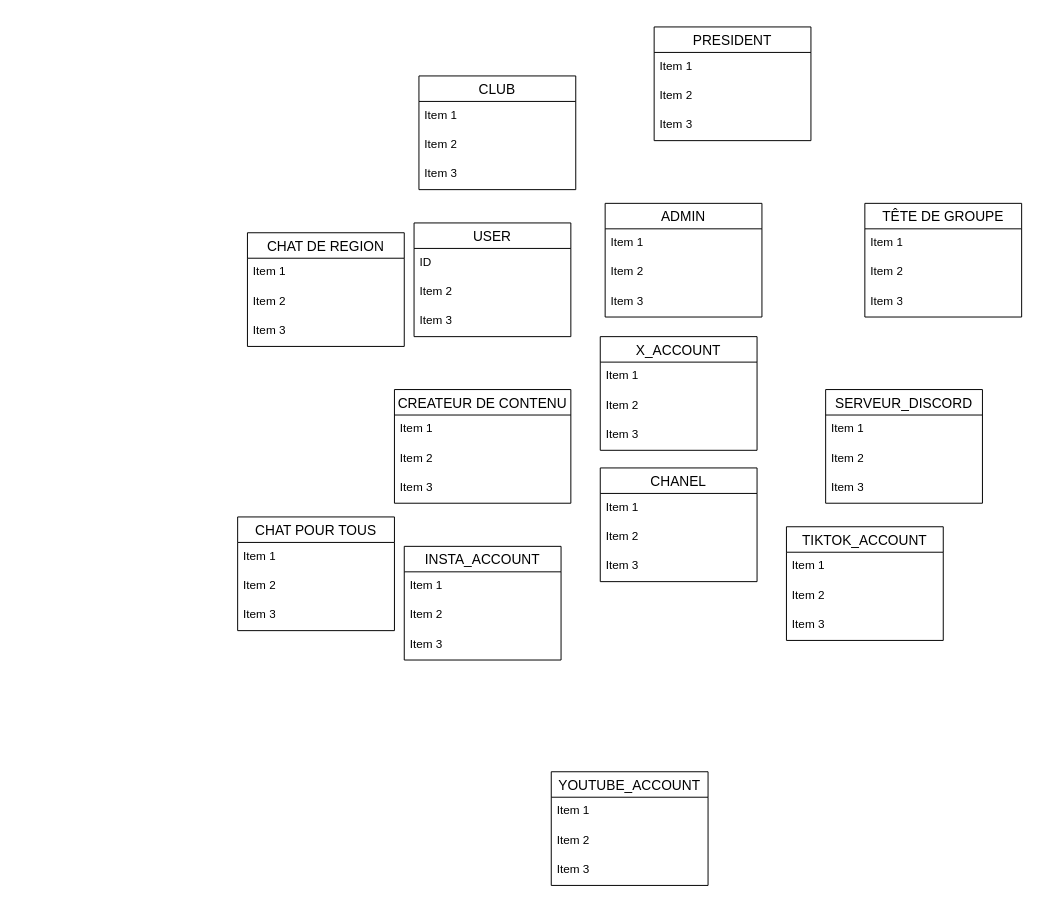
The draw.io diagram Mitsu_projet.drawio in vsilvanska/examen-info-2023, before the edit. Source tidied: cells renumbered, new cells numbered last; positions are measured from the earlier drawing's top-left corner, leaving out a move shared by most shapes. Both pictures are drawn from the tidied source at 98%, with x=0, y=0 at pixel (237, 26).
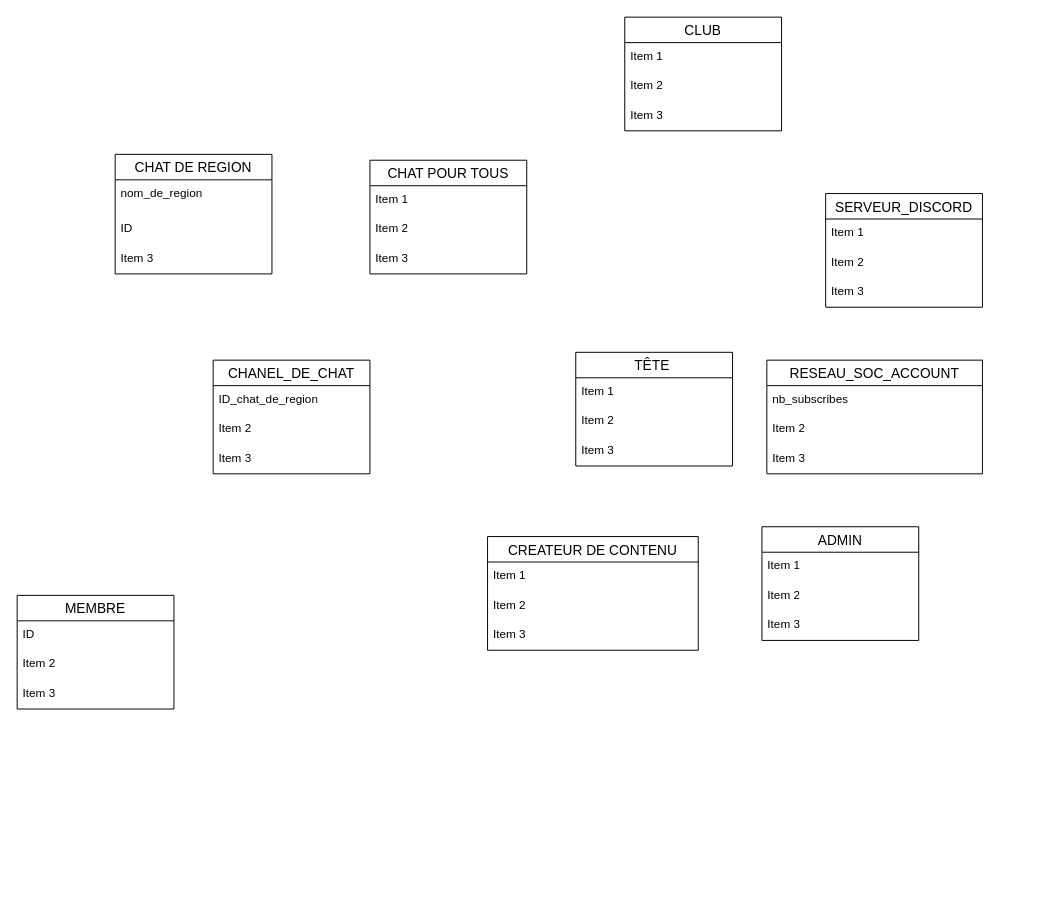
Above is the later version.

Commit message (it also covers changes not shown here):
Mettre à jour Mitsu_projet.drawio

The edit, as a diff of the source:
```diff
@@
-    <mxCell id="2" value="INSTA_ACCOUNT" style="swimlane;fontStyle=0;horizontal=1;startSize=26;align=center;fontSize=14;" parent="1" vertex="1">
-      <mxGeometry x="170" y="530" width="160" height="116" as="geometry" />
-    </mxCell>
-    <mxCell id="3" value="Item 1" style="text;strokeColor=none;fillColor=none;spacingLeft=4;spacingRight=4;overflow=hidden;fontSize=12;whiteSpace=wrap;html=1;" parent="2" vertex="1">
-      <mxGeometry y="26" width="160" height="30" as="geometry" />
-    </mxCell>
-    <mxCell id="4" value="Item 2" style="text;strokeColor=none;fillColor=none;spacingLeft=4;spacingRight=4;overflow=hidden;fontSize=12;whiteSpace=wrap;html=1;" parent="2" vertex="1">
-      <mxGeometry y="56" width="160" height="30" as="geometry" />
-    </mxCell>
-    <mxCell id="5" value="Item 3" style="text;strokeColor=none;fillColor=none;spacingLeft=4;spacingRight=4;overflow=hidden;fontSize=12;whiteSpace=wrap;html=1;" parent="2" vertex="1">
-      <mxGeometry y="86" width="160" height="30" as="geometry" />
-    </mxCell>
-    <mxCell id="6" value="TIKTOK_ACCOUNT" style="swimlane;fontStyle=0;horizontal=1;startSize=26;align=center;fontSize=14;" parent="1" vertex="1">
-      <mxGeometry x="560" y="510" width="160" height="116" as="geometry" />
-    </mxCell>
-    <mxCell id="7" value="Item 1" style="text;strokeColor=none;fillColor=none;spacingLeft=4;spacingRight=4;overflow=hidden;fontSize=12;whiteSpace=wrap;html=1;" parent="6" vertex="1">
-      <mxGeometry y="26" width="160" height="30" as="geometry" />
-    </mxCell>
-    <mxCell id="8" value="Item 2" style="text;strokeColor=none;fillColor=none;spacingLeft=4;spacingRight=4;overflow=hidden;fontSize=12;whiteSpace=wrap;html=1;" parent="6" vertex="1">
-      <mxGeometry y="56" width="160" height="30" as="geometry" />
-    </mxCell>
-    <mxCell id="9" value="Item 3" style="text;strokeColor=none;fillColor=none;spacingLeft=4;spacingRight=4;overflow=hidden;fontSize=12;whiteSpace=wrap;html=1;" parent="6" vertex="1">
-      <mxGeometry y="86" width="160" height="30" as="geometry" />
-    </mxCell>
     <mxCell id="10" value="CHAT POUR TOUS" style="swimlane;fontStyle=0;horizontal=1;startSize=26;align=center;fontSize=14;" parent="1" vertex="1">
-      <mxGeometry y="500" width="160" height="116" as="geometry" />
+      <mxGeometry x="135" y="136" width="160" height="116" as="geometry" />
     </mxCell>
@@
     <mxCell id="14" value="CHAT DE REGION" style="swimlane;fontStyle=0;horizontal=1;startSize=26;align=center;fontSize=14;" parent="1" vertex="1">
-      <mxGeometry x="10" y="210" width="160" height="116" as="geometry" />
+      <mxGeometry x="-125" y="130" width="160" height="122" as="geometry" />
     </mxCell>
-    <mxCell id="15" value="Item 1" style="text;strokeColor=none;fillColor=none;spacingLeft=4;spacingRight=4;overflow=hidden;fontSize=12;whiteSpace=wrap;html=1;" parent="14" vertex="1">
-      <mxGeometry y="26" width="160" height="30" as="geometry" />
+    <mxCell id="15" value="nom_de_region" style="text;strokeColor=none;fillColor=none;spacingLeft=4;spacingRight=4;overflow=hidden;fontSize=12;whiteSpace=wrap;html=1;" parent="14" vertex="1">
+      <mxGeometry y="26" width="160" height="36" as="geometry" />
     </mxCell>
-    <mxCell id="16" value="Item 2" style="text;strokeColor=none;fillColor=none;spacingLeft=4;spacingRight=4;overflow=hidden;fontSize=12;whiteSpace=wrap;html=1;" parent="14" vertex="1">
-      <mxGeometry y="56" width="160" height="30" as="geometry" />
+    <mxCell id="16" value="ID" style="text;strokeColor=none;fillColor=none;spacingLeft=4;spacingRight=4;overflow=hidden;fontSize=12;whiteSpace=wrap;html=1;" parent="14" vertex="1">
+      <mxGeometry y="62" width="160" height="30" as="geometry" />
     </mxCell>
     <mxCell id="17" value="Item 3" style="text;strokeColor=none;fillColor=none;spacingLeft=4;spacingRight=4;overflow=hidden;fontSize=12;whiteSpace=wrap;html=1;" parent="14" vertex="1">
-      <mxGeometry y="86" width="160" height="30" as="geometry" />
+      <mxGeometry y="92" width="160" height="30" as="geometry" />
     </mxCell>
-    <mxCell id="18" value="CHANEL" style="swimlane;fontStyle=0;horizontal=1;startSize=26;align=center;fontSize=14;" parent="1" vertex="1">
-      <mxGeometry x="370" y="450" width="160" height="116" as="geometry" />
+    <mxCell id="18" value="CHANEL_DE_CHAT" style="swimlane;fontStyle=0;horizontal=1;startSize=26;align=center;fontSize=14;" parent="1" vertex="1">
+      <mxGeometry x="-25" y="340" width="160" height="116" as="geometry" />
     </mxCell>
-    <mxCell id="19" value="Item 1" style="text;strokeColor=none;fillColor=none;spacingLeft=4;spacingRight=4;overflow=hidden;fontSize=12;whiteSpace=wrap;html=1;" parent="18" vertex="1">
+    <mxCell id="19" value="ID_chat_de_region" style="text;strokeColor=none;fillColor=none;spacingLeft=4;spacingRight=4;overflow=hidden;fontSize=12;whiteSpace=wrap;html=1;" parent="18" vertex="1">
       <mxGeometry y="26" width="160" height="30" as="geometry" />
     </mxCell>
@@
     <mxCell id="22" value="SERVEUR_DISCORD" style="swimlane;fontStyle=0;horizontal=1;startSize=26;align=center;fontSize=14;" parent="1" vertex="1">
-      <mxGeometry x="600" y="370" width="160" height="116" as="geometry" />
+      <mxGeometry x="600" y="170" width="160" height="116" as="geometry" />
     </mxCell>
@@
     <mxCell id="26" value="CREATEUR DE CONTENU" style="swimlane;fontStyle=0;horizontal=1;startSize=26;align=center;fontSize=14;" parent="1" vertex="1">
-      <mxGeometry x="160" y="370" width="180" height="116" as="geometry" />
+      <mxGeometry x="255" y="520" width="215" height="116" as="geometry" />
     </mxCell>
     <mxCell id="27" value="Item 1" style="text;strokeColor=none;fillColor=none;spacingLeft=4;spacingRight=4;overflow=hidden;fontSize=12;whiteSpace=wrap;html=1;" parent="26" vertex="1">
-      <mxGeometry y="26" width="180" height="30" as="geometry" />
+      <mxGeometry y="26" width="215" height="30" as="geometry" />
     </mxCell>
     <mxCell id="28" value="Item 2" style="text;strokeColor=none;fillColor=none;spacingLeft=4;spacingRight=4;overflow=hidden;fontSize=12;whiteSpace=wrap;html=1;" parent="26" vertex="1">
-      <mxGeometry y="56" width="180" height="30" as="geometry" />
+      <mxGeometry y="56" width="215" height="30" as="geometry" />
     </mxCell>
     <mxCell id="29" value="Item 3" style="text;strokeColor=none;fillColor=none;spacingLeft=4;spacingRight=4;overflow=hidden;fontSize=12;whiteSpace=wrap;html=1;" parent="26" vertex="1">
-      <mxGeometry y="86" width="180" height="30" as="geometry" />
+      <mxGeometry y="86" width="215" height="30" as="geometry" />
     </mxCell>
-    <mxCell id="30" value="TÊTE DE GROUPE" style="swimlane;fontStyle=0;horizontal=1;startSize=26;align=center;fontSize=14;" parent="1" vertex="1">
-      <mxGeometry x="640" y="180" width="160" height="116" as="geometry" />
+    <mxCell id="30" value="TÊTE " style="swimlane;fontStyle=0;horizontal=1;startSize=26;align=center;fontSize=14;" parent="1" vertex="1">
+      <mxGeometry x="345" y="332" width="160" height="116" as="geometry" />
     </mxCell>
@@
     <mxCell id="34" value="ADMIN" style="swimlane;fontStyle=0;horizontal=1;startSize=26;align=center;fontSize=14;" parent="1" vertex="1">
-      <mxGeometry x="375" y="180" width="160" height="116" as="geometry" />
+      <mxGeometry x="535" y="510" width="160" height="116" as="geometry" />
     </mxCell>
@@
-    <mxCell id="38" value="USER" style="swimlane;fontStyle=0;horizontal=1;startSize=26;align=center;fontSize=14;" parent="1" vertex="1">
-      <mxGeometry x="180" y="200" width="160" height="116" as="geometry" />
+    <mxCell id="38" value="MEMBRE" style="swimlane;fontStyle=0;horizontal=1;startSize=26;align=center;fontSize=14;" parent="1" vertex="1">
+      <mxGeometry x="-225" y="580" width="160" height="116" as="geometry" />
     </mxCell>
@@
-    <mxCell id="42" value="X_ACCOUNT" style="swimlane;fontStyle=0;horizontal=1;startSize=26;align=center;fontSize=14;" parent="1" vertex="1">
-      <mxGeometry x="370" y="316" width="160" height="116" as="geometry" />
+    <mxCell id="42" value="RESEAU_SOC_ACCOUNT" style="swimlane;fontStyle=0;horizontal=1;startSize=26;align=center;fontSize=14;" parent="1" vertex="1">
+      <mxGeometry x="540" y="340" width="220" height="116" as="geometry" />
     </mxCell>
-    <mxCell id="43" value="Item 1" style="text;strokeColor=none;fillColor=none;spacingLeft=4;spacingRight=4;overflow=hidden;fontSize=12;whiteSpace=wrap;html=1;" parent="42" vertex="1">
-      <mxGeometry y="26" width="160" height="30" as="geometry" />
+    <mxCell id="43" value="nb_subscribes" style="text;strokeColor=none;fillColor=none;spacingLeft=4;spacingRight=4;overflow=hidden;fontSize=12;whiteSpace=wrap;html=1;" parent="42" vertex="1">
+      <mxGeometry y="26" width="220" height="30" as="geometry" />
     </mxCell>
     <mxCell id="44" value="Item 2" style="text;strokeColor=none;fillColor=none;spacingLeft=4;spacingRight=4;overflow=hidden;fontSize=12;whiteSpace=wrap;html=1;" parent="42" vertex="1">
-      <mxGeometry y="56" width="160" height="30" as="geometry" />
+      <mxGeometry y="56" width="220" height="30" as="geometry" />
     </mxCell>
     <mxCell id="45" value="Item 3" style="text;strokeColor=none;fillColor=none;spacingLeft=4;spacingRight=4;overflow=hidden;fontSize=12;whiteSpace=wrap;html=1;" parent="42" vertex="1">
-      <mxGeometry y="86" width="160" height="30" as="geometry" />
+      <mxGeometry y="86" width="220" height="30" as="geometry" />
     </mxCell>
-    <mxCell id="46" value="YOUTUBE_ACCOUNT" style="swimlane;fontStyle=0;horizontal=1;startSize=26;align=center;fontSize=14;" parent="1" vertex="1">
-      <mxGeometry x="320" y="760" width="160" height="116" as="geometry" />
-    </mxCell>
-    <mxCell id="47" value="Item 1" style="text;strokeColor=none;fillColor=none;spacingLeft=4;spacingRight=4;overflow=hidden;fontSize=12;whiteSpace=wrap;html=1;" parent="46" vertex="1">
-      <mxGeometry y="26" width="160" height="30" as="geometry" />
-    </mxCell>
-    <mxCell id="48" value="Item 2" style="text;strokeColor=none;fillColor=none;spacingLeft=4;spacingRight=4;overflow=hidden;fontSize=12;whiteSpace=wrap;html=1;" parent="46" vertex="1">
-      <mxGeometry y="56" width="160" height="30" as="geometry" />
-    </mxCell>
-    <mxCell id="49" value="Item 3" style="text;strokeColor=none;fillColor=none;spacingLeft=4;spacingRight=4;overflow=hidden;fontSize=12;whiteSpace=wrap;html=1;" parent="46" vertex="1">
-      <mxGeometry y="86" width="160" height="30" as="geometry" />
-    </mxCell>
     <mxCell id="50" value="CLUB" style="swimlane;fontStyle=0;horizontal=1;startSize=26;align=center;fontSize=14;" parent="1" vertex="1">
-      <mxGeometry x="185" y="50" width="160" height="116" as="geometry" />
+      <mxGeometry x="395" y="-10" width="160" height="116" as="geometry" />
     </mxCell>
-    <mxCell id="51" value="Item 1" style="text;strokeColor=none;fillColor=none;spacingLeft=4;spacingRight=4;overflow=hidden;fontSize=12;whiteSpace=wrap;html=1;" parent="50" vertex="1">
-      <mxGeometry y="26" width="160" height="30" as="geometry" />
-    </mxCell>
-    <mxCell id="52" value="Item 2" style="text;strokeColor=none;fillColor=none;spacingLeft=4;spacingRight=4;overflow=hidden;fontSize=12;whiteSpace=wrap;html=1;" parent="50" vertex="1">
-      <mxGeometry y="56" width="160" height="30" as="geometry" />
-    </mxCell>
-    <mxCell id="53" value="Item 3" style="text;strokeColor=none;fillColor=none;spacingLeft=4;spacingRight=4;overflow=hidden;fontSize=12;whiteSpace=wrap;html=1;" parent="50" vertex="1">
-      <mxGeometry y="86" width="160" height="30" as="geometry" />
-    </mxCell>
-    <mxCell id="54" value="PRESIDENT" style="swimlane;fontStyle=0;horizontal=1;startSize=26;align=center;fontSize=14;" parent="1" vertex="1">
-      <mxGeometry x="425" width="160" height="116" as="geometry" />
-    </mxCell>
-    <mxCell id="55" value="Item 1" style="text;strokeColor=none;fillColor=none;spacingLeft=4;spacingRight=4;overflow=hidden;fontSize=12;whiteSpace=wrap;html=1;" parent="54" vertex="1">
-      <mxGeometry y="26" width="160" height="30" as="geometry" />
-    </mxCell>
-    <mxCell id="56" value="Item 2" style="text;strokeColor=none;fillColor=none;spacingLeft=4;spacingRight=4;overflow=hidden;fontSize=12;whiteSpace=wrap;html=1;" parent="54" vertex="1">
-      <mxGeometry y="56" width="160" height="30" as="geometry" />
-    </mxCell>
-    <mxCell id="57" value="Item 3" style="text;strokeColor=none;fillColor=none;spacingLeft=4;spacingRight=4;overflow=hidden;fontSize=12;whiteSpace=wrap;html=1;" parent="54" vertex="1">
-      <mxGeometry y="86" width="160" height="30" as="geometry" />
-    </mxCell>
+    <mxCell id="58" value="Item 1" style="text;strokeColor=none;fillColor=none;spacingLeft=4;spacingRight=4;overflow=hidden;fontSize=12;whiteSpace=wrap;html=1;" parent="50" vertex="1">
+      <mxGeometry y="26" width="160" height="30" as="geometry" />
+    </mxCell>
+    <mxCell id="59" value="Item 2" style="text;strokeColor=none;fillColor=none;spacingLeft=4;spacingRight=4;overflow=hidden;fontSize=12;whiteSpace=wrap;html=1;" parent="50" vertex="1">
+      <mxGeometry y="56" width="160" height="30" as="geometry" />
+    </mxCell>
+    <mxCell id="60" value="Item 3" style="text;strokeColor=none;fillColor=none;spacingLeft=4;spacingRight=4;overflow=hidden;fontSize=12;whiteSpace=wrap;html=1;" parent="50" vertex="1">
+      <mxGeometry y="86" width="160" height="30" as="geometry" />
+    </mxCell>
```
